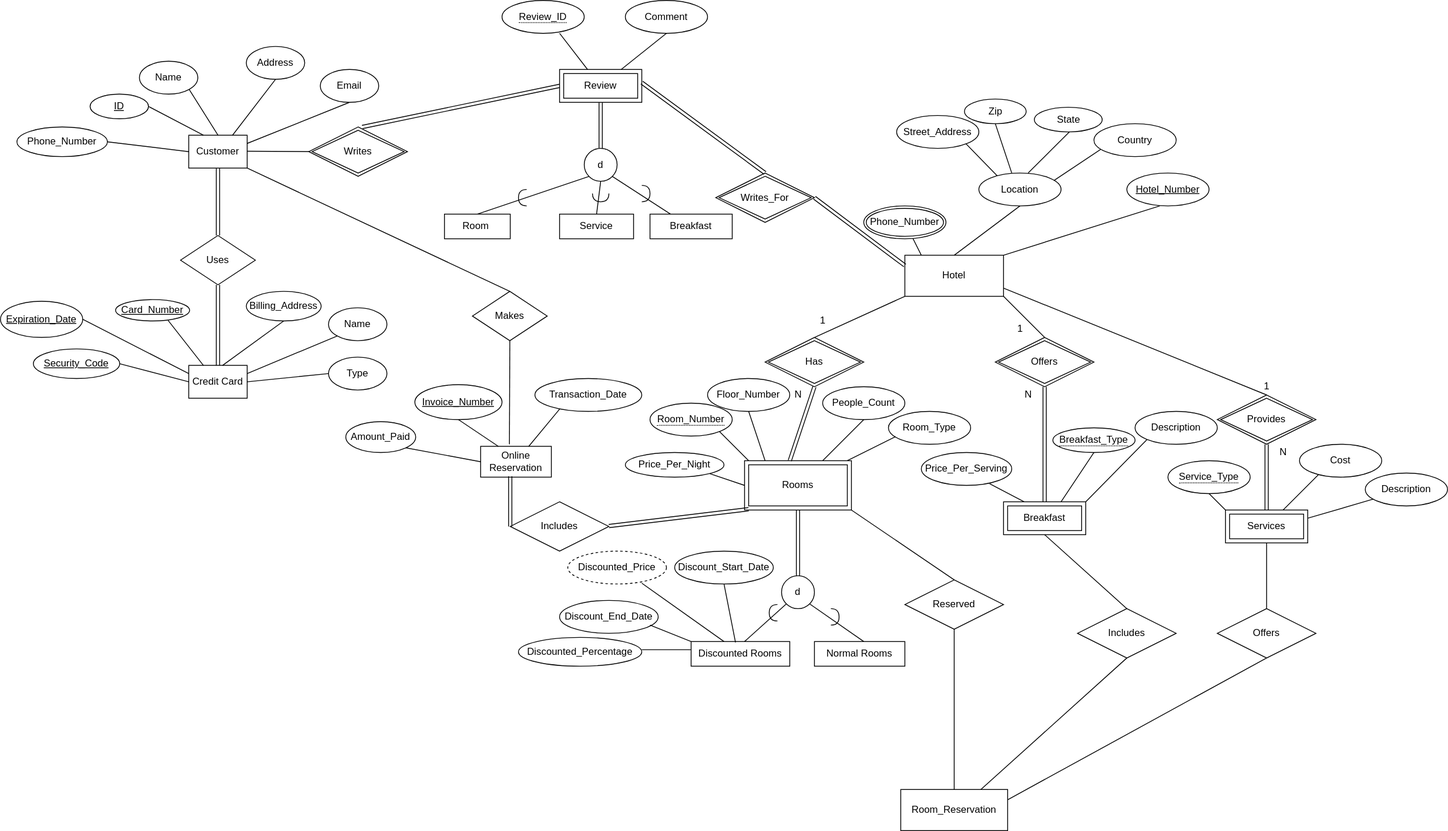
Earlier version of the draw.io export diagrams/hotel-entity-0.1.svg (susbiswas/njit-dbms-project1). Source tidied: cells renumbered, new cells last; positions are measured from the earlier drawing's top-left corner, leaving out a move shared by most shapes.
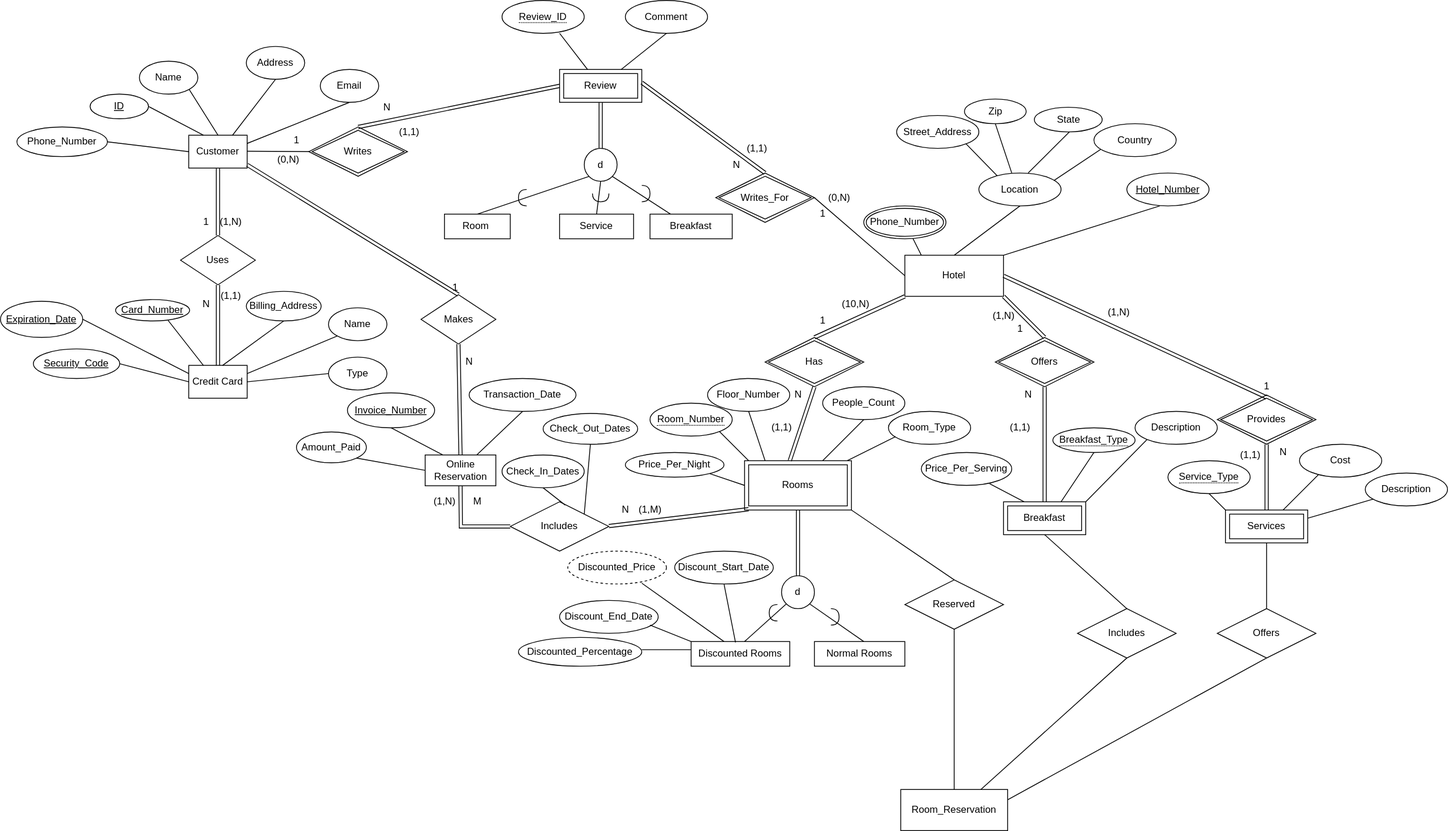
Later version of the same file.

Commit message:
Updated hotel-entity-0.1.svg based on updated cardinality ration and min-max

Change to the diagram source:
```diff
@@ -32,11 +32,6 @@
         <mxPoint x="1210" y="150" as="targetPoint" />
       </mxGeometry>
     </mxCell>
-    <mxCell id="7" style="endArrow=none;html=1;entryX=0;entryY=1;entryDx=0;entryDy=0;" parent="1" edge="1" target="18">
-      <mxGeometry relative="1" as="geometry">
-        <mxPoint x="990" y="410" as="sourcePoint" />
-      </mxGeometry>
-    </mxCell>
     <mxCell id="8" style="endArrow=none;html=1;" parent="1" edge="1">
       <mxGeometry relative="1" as="geometry">
         <mxPoint x="1030" y="560" as="sourcePoint" />
@@ -103,12 +98,6 @@
     <mxCell id="23" value="Price_Per_Night" style="ellipse;whiteSpace=wrap;html=1;align=center;" parent="1" vertex="1">
       <mxGeometry x="760" y="550" width="120" height="30" as="geometry" />
     </mxCell>
-    <mxCell id="24" style="endArrow=none;html=1;" parent="1" edge="1">
-      <mxGeometry relative="1" as="geometry">
-        <mxPoint x="1270" y="410" as="sourcePoint" />
-        <mxPoint x="1220" y="360" as="targetPoint" />
-      </mxGeometry>
-    </mxCell>
     <mxCell id="25" value="Offers" style="shape=rhombus;double=1;perimeter=rhombusPerimeter;whiteSpace=wrap;html=1;align=center;" parent="1" vertex="1">
       <mxGeometry x="1210" y="410" width="120" height="60" as="geometry" />
     </mxCell>
@@ -131,12 +120,6 @@
     <mxCell id="30" value="Description" style="ellipse;whiteSpace=wrap;html=1;align=center;" parent="1" vertex="1">
       <mxGeometry x="1380" y="500" width="100" height="40" as="geometry" />
     </mxCell>
-    <mxCell id="31" style="endArrow=none;html=1;" parent="1" edge="1">
-      <mxGeometry relative="1" as="geometry">
-        <mxPoint x="1220" y="350" as="sourcePoint" />
-        <mxPoint x="1540" y="480" as="targetPoint" />
-      </mxGeometry>
-    </mxCell>
     <mxCell id="32" value="Provides" style="shape=rhombus;double=1;perimeter=rhombusPerimeter;whiteSpace=wrap;html=1;align=center;" parent="1" vertex="1">
       <mxGeometry x="1480" y="480" width="120" height="60" as="geometry" />
     </mxCell>
@@ -373,27 +356,19 @@
       <mxGeometry relative="1" as="geometry" />
     </mxCell>
     <mxCell id="102" value="Online Reservation" style="whiteSpace=wrap;html=1;align=center;" parent="1" vertex="1">
-      <mxGeometry x="584" y="542.5" width="86" height="37.5" as="geometry" />
+      <mxGeometry x="516.5" y="553" width="86" height="37.5" as="geometry" />
     </mxCell>
-    <mxCell id="103" style="endArrow=none;html=1;rounded=0;exitX=0.5;exitY=1;exitDx=0;exitDy=0;" parent="1" edge="1" source="104">
-      <mxGeometry relative="1" as="geometry">
-        <mxPoint x="619" y="540" as="targetPoint" />
-      </mxGeometry>
-    </mxCell>
     <mxCell id="104" value="Makes" style="shape=rhombus;perimeter=rhombusPerimeter;whiteSpace=wrap;html=1;align=center;" parent="1" vertex="1">
-      <mxGeometry x="574" y="354" width="91" height="60" as="geometry" />
+      <mxGeometry x="511.5" y="358" width="91" height="60" as="geometry" />
     </mxCell>
-    <mxCell id="105" style="endArrow=none;html=1;rounded=0;entryX=0.5;entryY=0;entryDx=0;entryDy=0;exitX=1;exitY=1;exitDx=0;exitDy=0;" parent="1" edge="1" source="76" target="104">
-      <mxGeometry relative="1" as="geometry" />
-    </mxCell>
     <mxCell id="106" value="Transaction_Date" style="ellipse;whiteSpace=wrap;html=1;align=center;" parent="1" vertex="1">
-      <mxGeometry x="650" y="460" width="130" height="40" as="geometry" />
+      <mxGeometry x="570" y="460" width="130" height="40" as="geometry" />
     </mxCell>
     <mxCell id="107" value="Amount_Paid" style="ellipse;whiteSpace=wrap;html=1;align=center;" parent="1" vertex="1">
-      <mxGeometry x="420" y="512.5" width="85" height="37.5" as="geometry" />
+      <mxGeometry x="360" y="525" width="85" height="37.5" as="geometry" />
     </mxCell>
     <mxCell id="108" value="Invoice_Number" style="ellipse;whiteSpace=wrap;html=1;align=center;fontStyle=4;" parent="1" vertex="1">
-      <mxGeometry x="504" y="467.5" width="106" height="42.5" as="geometry" />
+      <mxGeometry x="422" y="477.5" width="106" height="42.5" as="geometry" />
     </mxCell>
     <mxCell id="109" style="endArrow=none;html=1;rounded=0;exitX=1;exitY=1;exitDx=0;exitDy=0;entryX=0;entryY=0.5;entryDx=0;entryDy=0;" parent="1" edge="1" source="107" target="102">
       <mxGeometry relative="1" as="geometry" />
@@ -401,14 +376,14 @@
     <mxCell id="110" style="endArrow=none;html=1;rounded=0;entryX=0.5;entryY=1;entryDx=0;entryDy=0;exitX=0.25;exitY=0;exitDx=0;exitDy=0;" parent="1" edge="1" source="102" target="108">
       <mxGeometry relative="1" as="geometry" />
     </mxCell>
-    <mxCell id="111" style="endArrow=none;html=1;rounded=0;" parent="1" edge="1" source="102">
-      <mxGeometry relative="1" as="geometry">
-        <mxPoint x="680.2" y="497" as="targetPoint" />
-      </mxGeometry>
+    <mxCell id="111" style="endArrow=none;html=1;rounded=0;entryX=0.5;entryY=1;entryDx=0;entryDy=0;" parent="1" edge="1" source="102" target="106">
+      <mxGeometry relative="1" as="geometry" />
     </mxCell>
-    <mxCell id="112" style="shape=link;html=1;rounded=0;entryX=0;entryY=0.5;entryDx=0;entryDy=0;" parent="1" edge="1" target="69">
+    <mxCell id="112" style="shape=link;html=1;rounded=0;entryX=0;entryY=0.5;entryDx=0;entryDy=0;exitX=0.5;exitY=1;exitDx=0;exitDy=0;" parent="1" edge="1" source="102" target="69">
       <mxGeometry relative="1" as="geometry">
-        <mxPoint x="620" y="579" as="sourcePoint" />
+        <Array as="points">
+          <mxPoint x="560" y="640" />
+        </Array>
       </mxGeometry>
     </mxCell>
     <mxCell id="113" style="endArrow=none;html=1;rounded=0;entryX=0.5;entryY=1;entryDx=0;entryDy=0;exitX=0.75;exitY=0;exitDx=0;exitDy=0;" parent="1" edge="1" source="76" target="81">
@@ -525,18 +500,119 @@
     <mxCell id="143" style="endArrow=none;html=1;rounded=0;entryX=0.25;entryY=0;entryDx=0;entryDy=0;exitX=1;exitY=1;exitDx=0;exitDy=0;" parent="1" edge="1" source="134" target="139">
       <mxGeometry relative="1" as="geometry" />
     </mxCell>
-    <mxCell id="144" style="shape=link;html=1;rounded=0;entryX=0;entryY=0.5;entryDx=0;entryDy=0;" parent="1" edge="1" target="129">
-      <mxGeometry relative="1" as="geometry">
-        <mxPoint x="440" y="154" as="sourcePoint" />
-      </mxGeometry>
+    <mxCell id="144" style="shape=link;html=1;rounded=0;entryX=0;entryY=0.5;entryDx=0;entryDy=0;exitX=0.5;exitY=0;exitDx=0;exitDy=0;" parent="1" edge="1" source="131" target="129">
+      <mxGeometry relative="1" as="geometry" />
     </mxCell>
     <mxCell id="145" style="shape=link;html=1;rounded=0;entryX=0.5;entryY=0;entryDx=0;entryDy=0;" parent="1" edge="1" target="132">
       <mxGeometry relative="1" as="geometry">
         <mxPoint x="780" y="100" as="sourcePoint" />
       </mxGeometry>
     </mxCell>
+    <mxCell id="147" style="shape=link;html=1;rounded=0;entryX=0;entryY=1;entryDx=0;entryDy=0;" parent="1" edge="1" target="18">
+      <mxGeometry relative="1" as="geometry">
+        <mxPoint x="990" y="410" as="sourcePoint" />
+      </mxGeometry>
+    </mxCell>
+    <mxCell id="148" style="shape=link;html=1;rounded=0;entryX=0.5;entryY=0;entryDx=0;entryDy=0;exitX=1;exitY=1;exitDx=0;exitDy=0;" parent="1" edge="1" source="18" target="25">
+      <mxGeometry relative="1" as="geometry" />
+    </mxCell>
+    <mxCell id="149" style="shape=link;html=1;rounded=0;exitX=1;exitY=0.5;exitDx=0;exitDy=0;entryX=0.5;entryY=1.15;entryDx=0;entryDy=0;entryPerimeter=0;" parent="1" edge="1" source="18" target="74">
+      <mxGeometry relative="1" as="geometry" />
+    </mxCell>
+    <mxCell id="150" value="(10,N)" style="text;html=1;align=center;verticalAlign=middle;" parent="1" vertex="1">
+      <mxGeometry x="1015" y="360" width="50" height="20" as="geometry" />
+    </mxCell>
+    <mxCell id="151" value="(1,1)" style="text;html=1;align=center;verticalAlign=middle;" parent="1" vertex="1">
+      <mxGeometry x="930" y="510" width="40" height="20" as="geometry" />
+    </mxCell>
+    <mxCell id="152" value="(1,N)" style="text;html=1;align=center;verticalAlign=middle;" parent="1" vertex="1">
+      <mxGeometry x="1200" y="374" width="40" height="20" as="geometry" />
+    </mxCell>
+    <mxCell id="153" value="(1,1)" style="text;html=1;align=center;verticalAlign=middle;" parent="1" vertex="1">
+      <mxGeometry x="1220" y="510" width="40" height="20" as="geometry" />
+    </mxCell>
+    <mxCell id="154" value="(1,N)" style="text;html=1;align=center;verticalAlign=middle;" parent="1" vertex="1">
+      <mxGeometry x="1340" y="370" width="40" height="20" as="geometry" />
+    </mxCell>
+    <mxCell id="155" value="(1,1)" style="text;html=1;align=center;verticalAlign=middle;" parent="1" vertex="1">
+      <mxGeometry x="1500" y="542.5" width="40" height="20" as="geometry" />
+    </mxCell>
+    <mxCell id="156" value="N" style="text;html=1;align=center;verticalAlign=middle;" parent="1" vertex="1">
+      <mxGeometry x="560" y="430" width="20" height="20" as="geometry" />
+    </mxCell>
+    <mxCell id="157" value="N" style="text;html=1;align=center;verticalAlign=middle;" parent="1" vertex="1">
+      <mxGeometry x="750" y="610" width="20" height="20" as="geometry" />
+    </mxCell>
+    <mxCell id="158" value="M" style="text;html=1;align=center;verticalAlign=middle;" parent="1" vertex="1">
+      <mxGeometry x="565" y="600" width="30" height="20" as="geometry" />
+    </mxCell>
+    <mxCell id="159" value="(1,M)" style="text;html=1;align=center;verticalAlign=middle;" parent="1" vertex="1">
+      <mxGeometry x="770" y="610" width="40" height="20" as="geometry" />
+    </mxCell>
+    <mxCell id="160" value="(1,N)" style="text;html=1;align=center;verticalAlign=middle;" parent="1" vertex="1">
+      <mxGeometry x="520" y="600" width="40" height="20" as="geometry" />
+    </mxCell>
+    <mxCell id="161" value="Check_In_Dates" style="ellipse;whiteSpace=wrap;html=1;align=center;" parent="1" vertex="1">
+      <mxGeometry x="610" y="553" width="100" height="40" as="geometry" />
+    </mxCell>
+    <mxCell id="162" value="Check_Out_Dates" style="ellipse;whiteSpace=wrap;html=1;align=center;" parent="1" vertex="1">
+      <mxGeometry x="660" y="502.5" width="115" height="37.5" as="geometry" />
+    </mxCell>
+    <mxCell id="163" style="endArrow=none;html=1;rounded=0;exitX=0.5;exitY=1;exitDx=0;exitDy=0;entryX=0.558;entryY=0.067;entryDx=0;entryDy=0;entryPerimeter=0;" parent="1" edge="1" source="161" target="69">
+      <mxGeometry relative="1" as="geometry" />
+    </mxCell>
+    <mxCell id="164" style="endArrow=none;html=1;rounded=0;exitX=1;exitY=0;exitDx=0;exitDy=0;entryX=0.5;entryY=1;entryDx=0;entryDy=0;" parent="1" edge="1" source="69" target="162">
+      <mxGeometry relative="1" as="geometry" />
+    </mxCell>
+    <mxCell id="165" value="N" style="text;html=1;align=center;verticalAlign=middle;" parent="1" vertex="1">
+      <mxGeometry x="240" y="360" width="20" height="20" as="geometry" />
+    </mxCell>
+    <mxCell id="166" value="1" style="text;html=1;align=center;verticalAlign=middle;" parent="1" vertex="1">
+      <mxGeometry x="240" y="260" width="20" height="20" as="geometry" />
+    </mxCell>
+    <mxCell id="167" value="(1,1)" style="text;html=1;align=center;verticalAlign=middle;" parent="1" vertex="1">
+      <mxGeometry x="260" y="350" width="40" height="20" as="geometry" />
+    </mxCell>
+    <mxCell id="168" value="(1,N)" style="text;html=1;align=center;verticalAlign=middle;" parent="1" vertex="1">
+      <mxGeometry x="260" y="260" width="40" height="20" as="geometry" />
+    </mxCell>
+    <mxCell id="169" style="shape=link;html=1;rounded=0;entryX=0.5;entryY=0;entryDx=0;entryDy=0;" parent="1" edge="1" target="104">
+      <mxGeometry relative="1" as="geometry">
+        <mxPoint x="300" y="200" as="sourcePoint" />
+      </mxGeometry>
+    </mxCell>
+    <mxCell id="170" value="1" style="html=1;align=right;verticalAlign=bottom;" parent="169" vertex="1">
+      <mxGeometry x="1" relative="1" as="geometry" />
+    </mxCell>
+    <mxCell id="171" style="shape=link;html=1;rounded=0;entryX=0.5;entryY=0;entryDx=0;entryDy=0;exitX=0.5;exitY=1;exitDx=0;exitDy=0;" parent="1" edge="1" source="104" target="102">
+      <mxGeometry relative="1" as="geometry" />
+    </mxCell>
+    <mxCell id="172" value="1" style="text;html=1;align=center;verticalAlign=middle;" parent="1" vertex="1">
+      <mxGeometry x="350" y="160" width="20" height="20" as="geometry" />
+    </mxCell>
+    <mxCell id="173" value="N" style="text;html=1;align=center;verticalAlign=middle;" parent="1" vertex="1">
+      <mxGeometry x="460" y="120" width="20" height="20" as="geometry" />
+    </mxCell>
+    <mxCell id="174" value="(1,1)" style="text;html=1;align=center;verticalAlign=middle;" parent="1" vertex="1">
+      <mxGeometry x="476.5" y="150" width="40" height="20" as="geometry" />
+    </mxCell>
+    <mxCell id="175" value="(0,N)" style="text;html=1;align=center;verticalAlign=middle;" parent="1" vertex="1">
+      <mxGeometry x="330" y="184" width="40" height="20" as="geometry" />
+    </mxCell>
-    <mxCell id="146" style="shape=link;html=1;rounded=0;exitX=1;exitY=0.5;exitDx=0;exitDy=0;entryX=0;entryY=0.25;entryDx=0;entryDy=0;" parent="1" edge="1" source="132" target="18">
+    <mxCell id="146" style="endArrow=none;html=1;rounded=0;exitX=1;exitY=0.5;exitDx=0;exitDy=0;entryX=0;entryY=0.5;entryDx=0;entryDy=0;" parent="1" edge="1" source="132" target="18">
       <mxGeometry relative="1" as="geometry" />
     </mxCell>
+    <mxCell id="176" value="N" style="text;html=1;align=center;verticalAlign=middle;" parent="1" vertex="1">
+      <mxGeometry x="885" y="190" width="20" height="20" as="geometry" />
+    </mxCell>
+    <mxCell id="177" value="1" style="text;html=1;align=center;verticalAlign=middle;" parent="1" vertex="1">
+      <mxGeometry x="990" y="250" width="20" height="20" as="geometry" />
+    </mxCell>
+    <mxCell id="178" value="(0,N)" style="text;html=1;align=center;verticalAlign=middle;" parent="1" vertex="1">
+      <mxGeometry x="1000" y="230" width="40" height="20" as="geometry" />
+    </mxCell>
+    <mxCell id="179" value="(1,1)" style="text;html=1;align=center;verticalAlign=middle;" parent="1" vertex="1">
+      <mxGeometry x="900" y="170" width="40" height="20" as="geometry" />
+    </mxCell>
   </root>
 </mxGraphModel>
```
